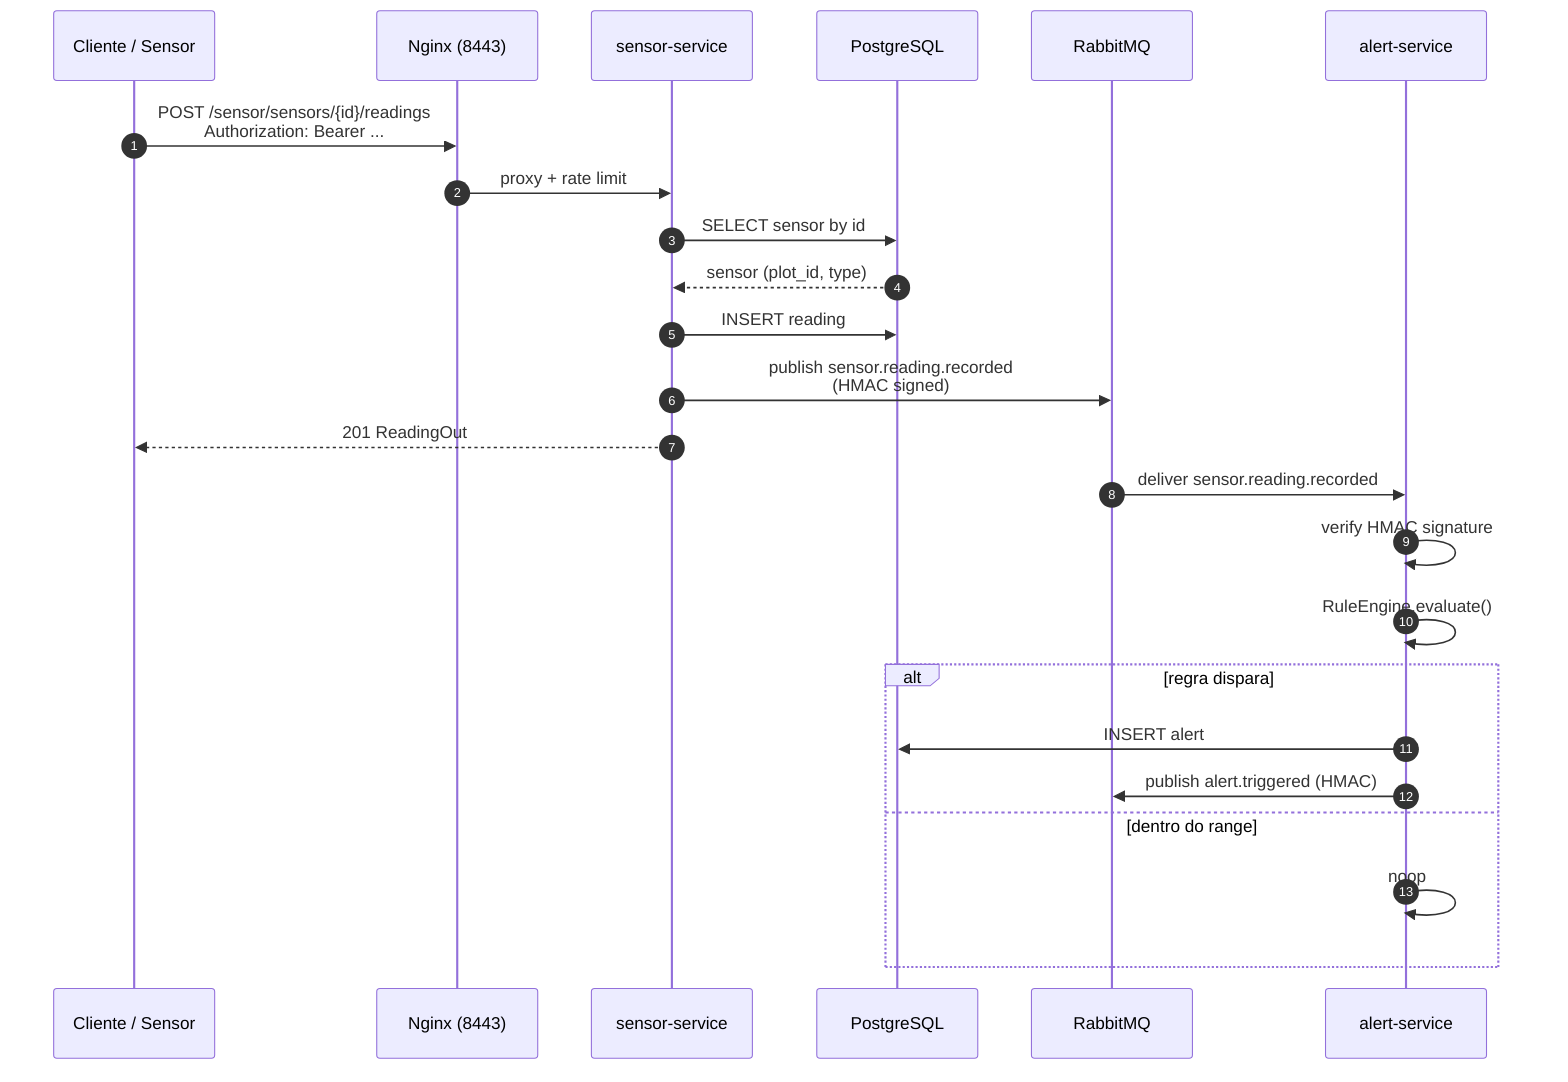
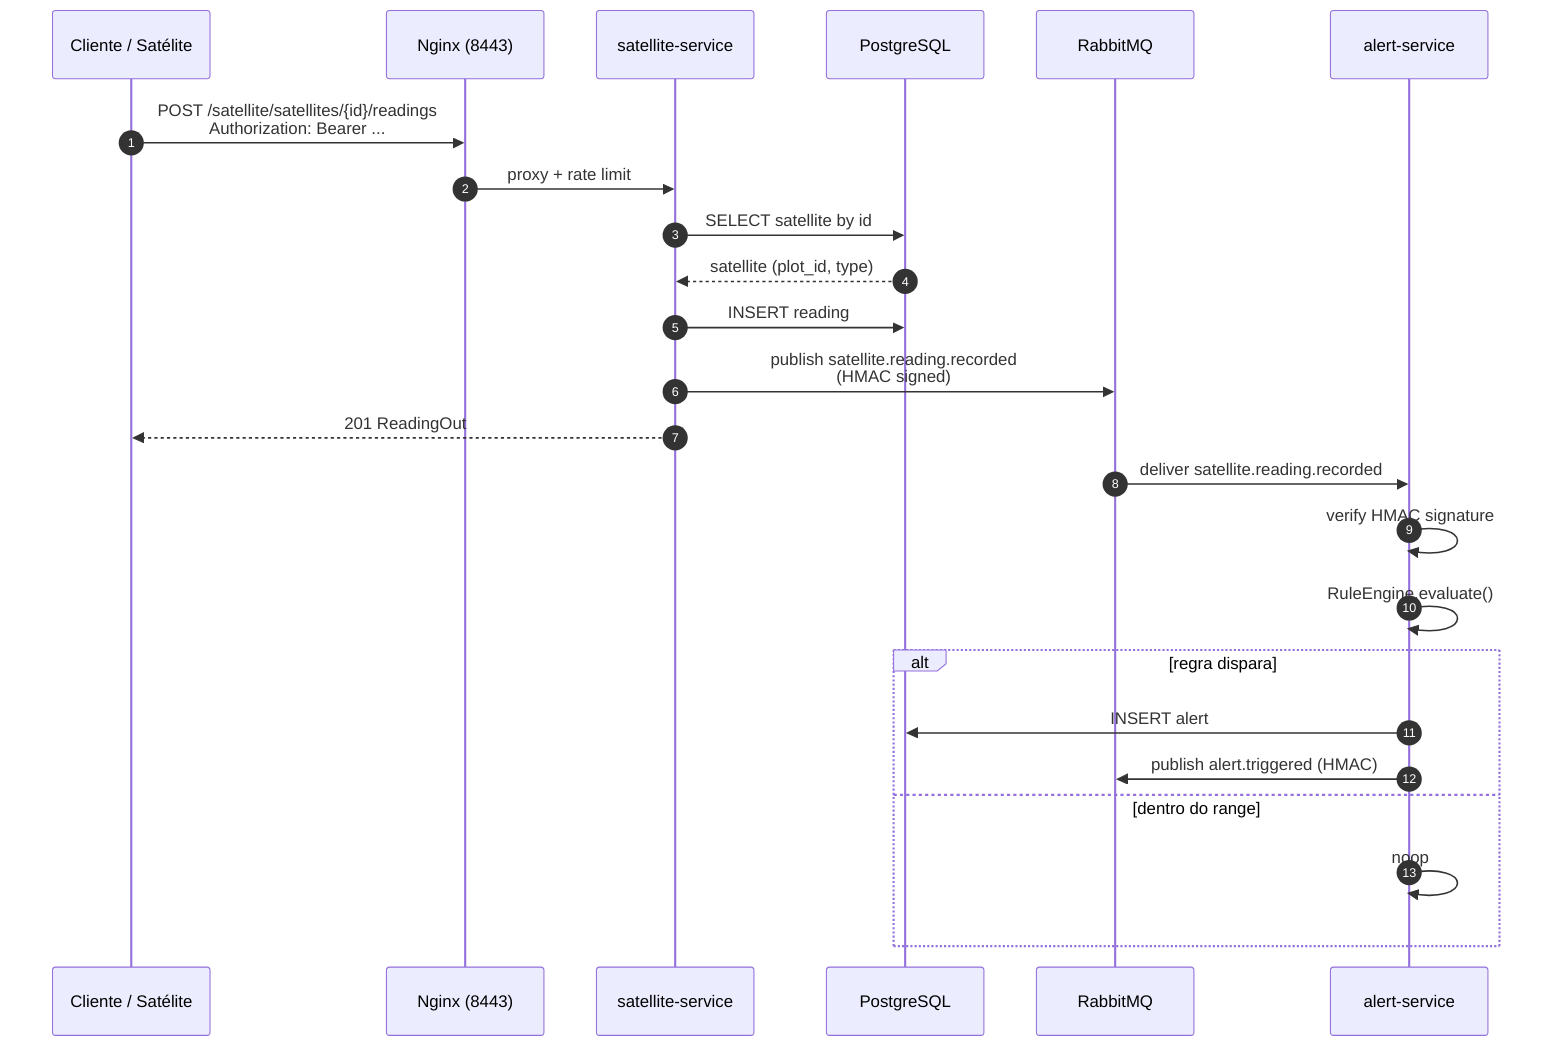
- %% Sequência do fluxo de alerta: sensor → ingestão → evento → regra → alerta
+ %% Sequência do fluxo de alerta: satélite → ingestão → evento → regra → alerta

sequenceDiagram
    autonumber
-     participant Cli as Cliente / Sensor
+     participant Cli as Cliente / Satélite
    participant NX as Nginx (8443)
-     participant SS as sensor-service
+     participant SS as satellite-service
    participant DB as PostgreSQL
    participant MQ as RabbitMQ
    participant AS as alert-service

-     Cli->>NX: POST /sensor/sensors/{id}/readings<br/>Authorization: Bearer ...
+     Cli->>NX: POST /satellite/satellites/{id}/readings<br/>Authorization: Bearer ...
    NX->>SS: proxy + rate limit
-     SS->>DB: SELECT sensor by id
-     DB-->>SS: sensor (plot_id, type)
+     SS->>DB: SELECT satellite by id
+     DB-->>SS: satellite (plot_id, type)
    SS->>DB: INSERT reading
-     SS->>MQ: publish sensor.reading.recorded<br/>(HMAC signed)
+     SS->>MQ: publish satellite.reading.recorded<br/>(HMAC signed)
    SS-->>Cli: 201 ReadingOut

-     MQ->>AS: deliver sensor.reading.recorded
+     MQ->>AS: deliver satellite.reading.recorded
    AS->>AS: verify HMAC signature
    AS->>AS: RuleEngine.evaluate()
    alt regra dispara
        AS->>DB: INSERT alert
        AS->>MQ: publish alert.triggered (HMAC)
    else dentro do range
        AS->>AS: noop
    end
